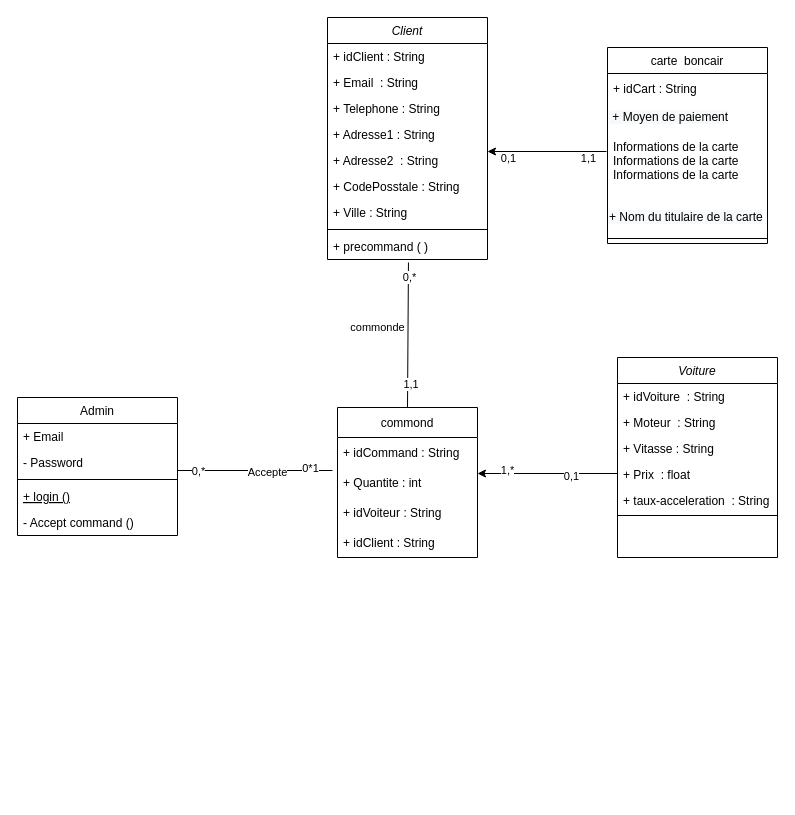
abdelhaq-laachari/NamX keeps this draw.io diagram as diagram/Diagramme de class.drawio. Above is the earlier version. Source tidied: cells renumbered, new cells numbered last; positions are measured from the earlier drawing's top-left corner, leaving out a move shared by most shapes. Both pictures are drawn from the tidied source at 100%, with x=0, y=0 at pixel (17, 17).
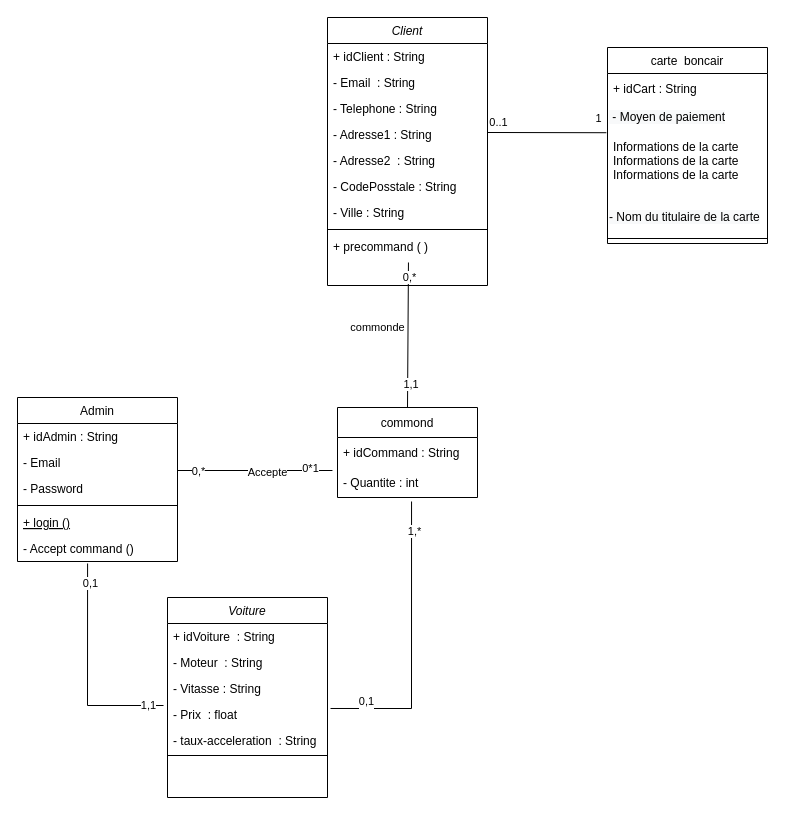
After the change.

Commit message:
update dgramm de class

Unchanged cells that the change refers to:
```xml
<mxCell id="18" value="carte  boncair" style="swimlane;fontStyle=0;align=center;verticalAlign=top;horizontal=1;startSize=26;rounded=0;shadow=0;strokeWidth=1;" parent="1" vertex="1">
  <mxGeometry x="590" y="30" width="160" height="196" as="geometry" />
</mxCell>
<mxCell id="21" value="Informations de la carte&#10;Informations de la carte&#10;Informations de la carte&#10;&#10;" style="text;align=left;verticalAlign=top;spacingLeft=4;spacingRight=4;overflow=hidden;points=[[0,0.5],[1,0.5]];portConstraint=eastwest;" parent="18" vertex="1">
  <mxGeometry y="86" width="160" height="70" as="geometry" />
</mxCell>
```

What changed in the source:
```diff
@@
     <mxCell id="2" value="Client" style="swimlane;fontStyle=2;align=center;verticalAlign=top;horizontal=1;startSize=26;rounded=0;shadow=0;strokeWidth=1;" parent="1" vertex="1">
-      <mxGeometry x="310" width="160" height="242" as="geometry" />
+      <mxGeometry x="310" width="160" height="268" as="geometry" />
     </mxCell>
@@
-    <mxCell id="4" value="+ Email  : String&#10; " style="text;align=left;verticalAlign=top;spacingLeft=4;spacingRight=4;overflow=hidden;" parent="2" vertex="1">
+    <mxCell id="4" value="- Email  : String&#10; " style="text;align=left;verticalAlign=top;spacingLeft=4;spacingRight=4;overflow=hidden;" parent="2" vertex="1">
       <mxGeometry y="52" width="160" height="26" as="geometry" />
     </mxCell>
-    <mxCell id="5" value="+ Telephone : String" style="text;align=left;verticalAlign=top;spacingLeft=4;spacingRight=4;overflow=hidden;rounded=0;shadow=0;html=0;" parent="2" vertex="1">
+    <mxCell id="5" value="- Telephone : String" style="text;align=left;verticalAlign=top;spacingLeft=4;spacingRight=4;overflow=hidden;rounded=0;shadow=0;html=0;" parent="2" vertex="1">
       <mxGeometry y="78" width="160" height="26" as="geometry" />
     </mxCell>
-    <mxCell id="6" value="+ Adresse1 : String&#10;&#10;" style="text;align=left;verticalAlign=top;spacingLeft=4;spacingRight=4;overflow=hidden;rounded=0;shadow=0;html=0;" parent="2" vertex="1">
+    <mxCell id="6" value="- Adresse1 : String&#10;&#10;" style="text;align=left;verticalAlign=top;spacingLeft=4;spacingRight=4;overflow=hidden;rounded=0;shadow=0;html=0;" parent="2" vertex="1">
       <mxGeometry y="104" width="160" height="26" as="geometry" />
     </mxCell>
-    <mxCell id="7" value="+ Adresse2  : String&#10;&#10;" style="text;align=left;verticalAlign=top;spacingLeft=4;spacingRight=4;overflow=hidden;rounded=0;shadow=0;html=0;" parent="2" vertex="1">
+    <mxCell id="7" value="- Adresse2  : String&#10;&#10;" style="text;align=left;verticalAlign=top;spacingLeft=4;spacingRight=4;overflow=hidden;rounded=0;shadow=0;html=0;" parent="2" vertex="1">
       <mxGeometry y="130" width="160" height="26" as="geometry" />
     </mxCell>
-    <mxCell id="8" value="+ CodePosstale : String" style="text;align=left;verticalAlign=top;spacingLeft=4;spacingRight=4;overflow=hidden;rounded=0;shadow=0;html=0;" parent="2" vertex="1">
+    <mxCell id="8" value="- CodePosstale : String" style="text;align=left;verticalAlign=top;spacingLeft=4;spacingRight=4;overflow=hidden;rounded=0;shadow=0;html=0;" parent="2" vertex="1">
       <mxGeometry y="156" width="160" height="26" as="geometry" />
     </mxCell>
-    <mxCell id="9" value="+ Ville : String" style="text;align=left;verticalAlign=top;spacingLeft=4;spacingRight=4;overflow=hidden;rounded=0;shadow=0;html=0;" parent="2" vertex="1">
+    <mxCell id="9" value="- Ville : String" style="text;align=left;verticalAlign=top;spacingLeft=4;spacingRight=4;overflow=hidden;rounded=0;shadow=0;html=0;" parent="2" vertex="1">
       <mxGeometry y="182" width="160" height="26" as="geometry" />
     </mxCell>
@@
     <mxCell id="12" value="Admin" style="swimlane;fontStyle=0;align=center;verticalAlign=top;horizontal=1;startSize=26;rounded=0;shadow=0;strokeWidth=1;" parent="1" vertex="1">
-      <mxGeometry y="380" width="160" height="138" as="geometry" />
+      <mxGeometry y="380" width="160" height="164" as="geometry" />
     </mxCell>
+    <mxCell id="50" value="+ idAdmin : String" style="text;align=left;verticalAlign=top;spacingLeft=4;spacingRight=4;overflow=hidden;rounded=0;shadow=0;html=0;" parent="12" vertex="1">
+      <mxGeometry y="26" width="160" height="26" as="geometry" />
+    </mxCell>
-    <mxCell id="13" value="+ Email" style="text;align=left;verticalAlign=top;spacingLeft=4;spacingRight=4;overflow=hidden;" parent="12" vertex="1">
-      <mxGeometry y="26" width="160" height="26" as="geometry" />
+    <mxCell id="13" value="- Email" style="text;align=left;verticalAlign=top;spacingLeft=4;spacingRight=4;overflow=hidden;" parent="12" vertex="1">
+      <mxGeometry y="52" width="160" height="26" as="geometry" />
     </mxCell>
     <mxCell id="14" value="- Password" style="text;align=left;verticalAlign=top;spacingLeft=4;spacingRight=4;overflow=hidden;rounded=0;shadow=0;html=0;" parent="12" vertex="1">
-      <mxGeometry y="52" width="160" height="26" as="geometry" />
+      <mxGeometry y="78" width="160" height="26" as="geometry" />
     </mxCell>
     <mxCell id="15" style="line;html=1;strokeWidth=1;align=left;verticalAlign=middle;spacingTop=-1;spacingLeft=3;spacingRight=3;labelPosition=right;" parent="12" vertex="1">
-      <mxGeometry y="78" width="160" height="8" as="geometry" />
+      <mxGeometry y="104" width="160" height="8" as="geometry" />
     </mxCell>
     <mxCell id="16" value="+ login ()" style="text;align=left;verticalAlign=top;spacingLeft=4;spacingRight=4;overflow=hidden;fontStyle=4;" parent="12" vertex="1">
-      <mxGeometry y="86" width="160" height="26" as="geometry" />
+      <mxGeometry y="112" width="160" height="26" as="geometry" />
     </mxCell>
     <mxCell id="17" value="- Accept command ()" style="text;align=left;verticalAlign=top;spacingLeft=4;spacingRight=4;overflow=hidden;points=[[0,0.5],[1,0.5]];portConstraint=eastwest;fontStyle=0;" parent="12" vertex="1">
-      <mxGeometry y="112" width="160" height="26" as="geometry" />
+      <mxGeometry y="138" width="160" height="26" as="geometry" />
     </mxCell>
@@
-    <mxCell id="20" value="&lt;span style=&quot;color: rgb(0, 0, 0); font-family: Helvetica; font-size: 12px; font-style: normal; font-variant-ligatures: normal; font-variant-caps: normal; font-weight: 400; letter-spacing: normal; orphans: 2; text-align: left; text-indent: 0px; text-transform: none; widows: 2; word-spacing: 0px; -webkit-text-stroke-width: 0px; background-color: rgb(248, 249, 250); text-decoration-thickness: initial; text-decoration-style: initial; text-decoration-color: initial; float: none; display: inline !important;&quot;&gt;&amp;nbsp;+ Moyen de paiement&lt;/span&gt;" style="text;whiteSpace=wrap;html=1;" parent="18" vertex="1">
+    <mxCell id="20" value="&lt;span style=&quot;color: rgb(0, 0, 0); font-family: Helvetica; font-size: 12px; font-style: normal; font-variant-ligatures: normal; font-variant-caps: normal; font-weight: 400; letter-spacing: normal; orphans: 2; text-align: left; text-indent: 0px; text-transform: none; widows: 2; word-spacing: 0px; -webkit-text-stroke-width: 0px; background-color: rgb(248, 249, 250); text-decoration-thickness: initial; text-decoration-style: initial; text-decoration-color: initial; float: none; display: inline !important;&quot;&gt;&amp;nbsp;- Moyen de paiement&lt;/span&gt;" style="text;whiteSpace=wrap;html=1;" parent="18" vertex="1">
       <mxGeometry y="56" width="160" height="30" as="geometry" />
     </mxCell>
@@
-    <mxCell id="22" value="&lt;span style=&quot;color: rgb(0, 0, 0); font-family: Helvetica; font-size: 12px; font-style: normal; font-variant-ligatures: normal; font-variant-caps: normal; font-weight: 400; letter-spacing: normal; orphans: 2; text-align: left; text-indent: 0px; text-transform: none; widows: 2; word-spacing: 0px; -webkit-text-stroke-width: 0px; background-color: rgb(248, 249, 250); text-decoration-thickness: initial; text-decoration-style: initial; text-decoration-color: initial; float: none; display: inline !important;&quot;&gt;+ Nom du titulaire de la carte&lt;/span&gt;" style="text;whiteSpace=wrap;html=1;" parent="18" vertex="1">
+    <mxCell id="22" value="&lt;span style=&quot;color: rgb(0, 0, 0); font-family: Helvetica; font-size: 12px; font-style: normal; font-variant-ligatures: normal; font-variant-caps: normal; font-weight: 400; letter-spacing: normal; orphans: 2; text-align: left; text-indent: 0px; text-transform: none; widows: 2; word-spacing: 0px; -webkit-text-stroke-width: 0px; background-color: rgb(248, 249, 250); text-decoration-thickness: initial; text-decoration-style: initial; text-decoration-color: initial; float: none; display: inline !important;&quot;&gt;- Nom du titulaire de la carte&lt;/span&gt;" style="text;whiteSpace=wrap;html=1;" parent="18" vertex="1">
       <mxGeometry y="156" width="160" height="30" as="geometry" />
     </mxCell>
@@
     <mxCell id="24" value="commond" style="swimlane;fontStyle=0;horizontal=1;startSize=30;" parent="1" vertex="1">
-      <mxGeometry x="320" y="390" width="140" height="150" as="geometry" />
+      <mxGeometry x="320" y="390" width="140" height="90" as="geometry" />
     </mxCell>
@@
-    <mxCell id="26" value="+ Quantite : int " style="text;strokeColor=none;fillColor=none;align=left;verticalAlign=middle;spacingLeft=4;spacingRight=4;overflow=hidden;points=[[0,0.5],[1,0.5]];portConstraint=eastwest;" parent="24" vertex="1">
+    <mxCell id="26" value="- Quantite : int " style="text;strokeColor=none;fillColor=none;align=left;verticalAlign=middle;spacingLeft=4;spacingRight=4;overflow=hidden;points=[[0,0.5],[1,0.5]];portConstraint=eastwest;" parent="24" vertex="1">
       <mxGeometry y="60" width="140" height="30" as="geometry" />
     </mxCell>
-    <mxCell id="27" value="+ idVoiteur : String" style="text;strokeColor=none;fillColor=none;align=left;verticalAlign=middle;spacingLeft=4;spacingRight=4;overflow=hidden;" parent="24" vertex="1">
-      <mxGeometry y="90" width="140" height="30" as="geometry" />
-    </mxCell>
-    <mxCell id="28" value="+ idClient : String" style="text;strokeColor=none;fillColor=none;align=left;verticalAlign=middle;spacingLeft=4;spacingRight=4;overflow=hidden;" parent="24" vertex="1">
-      <mxGeometry y="120" width="140" height="30" as="geometry" />
-    </mxCell>
     <mxCell id="29" value="Voiture" style="swimlane;fontStyle=2;align=center;verticalAlign=top;horizontal=1;startSize=26;rounded=0;shadow=0;strokeWidth=1;" parent="1" vertex="1">
-      <mxGeometry x="600" y="340" width="160" height="200" as="geometry" />
+      <mxGeometry x="150" y="580" width="160" height="200" as="geometry" />
     </mxCell>
@@
-    <mxCell id="31" value="+ Moteur  : String&#10; " style="text;align=left;verticalAlign=top;spacingLeft=4;spacingRight=4;overflow=hidden;" parent="29" vertex="1">
+    <mxCell id="31" value="- Moteur  : String&#10; " style="text;align=left;verticalAlign=top;spacingLeft=4;spacingRight=4;overflow=hidden;" parent="29" vertex="1">
       <mxGeometry y="52" width="160" height="26" as="geometry" />
     </mxCell>
-    <mxCell id="32" value="+ Vitasse : String" style="text;align=left;verticalAlign=top;spacingLeft=4;spacingRight=4;overflow=hidden;rounded=0;shadow=0;html=0;" parent="29" vertex="1">
+    <mxCell id="32" value="- Vitasse : String" style="text;align=left;verticalAlign=top;spacingLeft=4;spacingRight=4;overflow=hidden;rounded=0;shadow=0;html=0;" parent="29" vertex="1">
       <mxGeometry y="78" width="160" height="26" as="geometry" />
     </mxCell>
-    <mxCell id="33" value="+ Prix  : float&#10;&#10;" style="text;align=left;verticalAlign=top;spacingLeft=4;spacingRight=4;overflow=hidden;points=[[0,0.5],[1,0.5]];portConstraint=eastwest;rounded=0;shadow=0;html=0;" parent="29" vertex="1">
+    <mxCell id="33" value="- Prix  : float&#10;&#10;" style="text;align=left;verticalAlign=top;spacingLeft=4;spacingRight=4;overflow=hidden;points=[[0,0.5],[1,0.5]];portConstraint=eastwest;rounded=0;shadow=0;html=0;" parent="29" vertex="1">
       <mxGeometry y="104" width="160" height="26" as="geometry" />
     </mxCell>
-    <mxCell id="34" value="+ taux-acceleration  : String&#10;&#10;" style="text;align=left;verticalAlign=top;spacingLeft=4;spacingRight=4;overflow=hidden;rounded=0;shadow=0;html=0;" parent="29" vertex="1">
+    <mxCell id="34" value="- taux-acceleration  : String&#10;&#10;" style="text;align=left;verticalAlign=top;spacingLeft=4;spacingRight=4;overflow=hidden;rounded=0;shadow=0;html=0;" parent="29" vertex="1">
       <mxGeometry y="130" width="160" height="26" as="geometry" />
     </mxCell>
@@
-    <mxCell id="40" style="endArrow=classic;html=1;rounded=0;entryX=1.05;entryY=0.2;entryDx=0;entryDy=0;entryPerimeter=0;" parent="1" edge="1">
-      <mxGeometry relative="1" as="geometry">
-        <mxPoint x="600" y="456" as="sourcePoint" />
-        <mxPoint x="460" y="456" as="targetPoint" />
-      </mxGeometry>
-    </mxCell>
-    <mxCell id="41" value="1,*" style="edgeLabel;html=1;align=center;verticalAlign=middle;" parent="40" vertex="1">
-      <mxGeometry x="0.6" y="-4" relative="1" as="geometry">
-        <mxPoint x="1" as="offset" />
-      </mxGeometry>
-    </mxCell>
-    <mxCell id="42" value="0,1" style="edgeLabel;html=1;align=center;verticalAlign=middle;" parent="40" vertex="1">
-      <mxGeometry x="-0.33" y="2" relative="1" as="geometry" />
-    </mxCell>
-    <mxCell id="43" style="endArrow=classic;html=1;rounded=0;exitX=-0.019;exitY=0.257;exitDx=0;exitDy=0;exitPerimeter=0;" parent="1" edge="1">
-      <mxGeometry relative="1" as="geometry">
-        <mxPoint x="589" y="134" as="sourcePoint" />
-        <mxPoint x="470" y="134" as="targetPoint" />
-      </mxGeometry>
-    </mxCell>
-    <mxCell id="44" value="0,1" style="edgeLabel;html=1;align=center;verticalAlign=middle;" parent="43" vertex="1">
-      <mxGeometry x="0.55" y="-4" relative="1" as="geometry">
-        <mxPoint x="-7" y="10" as="offset" />
-      </mxGeometry>
-    </mxCell>
-    <mxCell id="45" value="1,1" style="edgeLabel;html=1;align=center;verticalAlign=middle;" parent="43" vertex="1">
-      <mxGeometry x="-0.63" y="1" relative="1" as="geometry">
-        <mxPoint x="3" y="5" as="offset" />
-      </mxGeometry>
-    </mxCell>
@@
+    <mxCell id="51" style="endArrow=none;html=1;rounded=0;exitX=0.438;exitY=1.077;exitDx=0;exitDy=0;exitPerimeter=0;entryX=-0.025;entryY=0.154;entryDx=0;entryDy=0;entryPerimeter=0;" parent="1" edge="1" source="17" target="33">
+      <mxGeometry relative="1" as="geometry">
+        <Array as="points">
+          <mxPoint x="70" y="688" />
+        </Array>
+      </mxGeometry>
+    </mxCell>
+    <mxCell id="52" value="0,1" style="edgeLabel;html=1;align=center;verticalAlign=middle;" parent="51" vertex="1">
+      <mxGeometry x="-0.83" y="2" relative="1" as="geometry" />
+    </mxCell>
+    <mxCell id="45" value="1,1" style="edgeLabel;html=1;align=center;verticalAlign=middle;" parent="51" vertex="1">
+      <mxGeometry x="0.85" y="1" relative="1" as="geometry" />
+    </mxCell>
+    <mxCell id="53" value="&#10;&lt;span style=&quot;color: rgb(0, 0, 0); font-family: Helvetica; font-size: 11px; font-style: normal; font-variant-ligatures: normal; font-variant-caps: normal; font-weight: 400; letter-spacing: normal; orphans: 2; text-align: center; text-indent: 0px; text-transform: none; widows: 2; word-spacing: 0px; -webkit-text-stroke-width: 0px; background-color: rgb(255, 255, 255); text-decoration-thickness: initial; text-decoration-style: initial; text-decoration-color: initial; float: none; display: inline !important;&quot;&gt;0,1&lt;/span&gt;&#10;&#10;" style="endArrow=none;html=1;rounded=0;exitX=1.019;exitY=0.269;exitDx=0;exitDy=0;exitPerimeter=0;entryX=0.529;entryY=1.133;entryDx=0;entryDy=0;entryPerimeter=0;" parent="1" edge="1" source="33" target="26">
+      <mxGeometry x="-0.75" relative="1" as="geometry">
+        <Array as="points">
+          <mxPoint x="394" y="691" />
+        </Array>
+      </mxGeometry>
+    </mxCell>
+    <mxCell id="41" value="1,*" style="edgeLabel;html=1;align=center;verticalAlign=middle;" parent="53" vertex="1">
+      <mxGeometry x="0.79" y="-2" relative="1" as="geometry" />
+    </mxCell>
+    <mxCell id="54" style="endArrow=none;html=1;rounded=0;entryX=-0.007;entryY=-0.011;entryDx=0;entryDy=0;entryPerimeter=0;" parent="1" edge="1" target="21">
+      <mxGeometry relative="1" as="geometry">
+        <mxPoint x="470" y="115" as="sourcePoint" />
+      </mxGeometry>
+    </mxCell>
+    <mxCell id="55" value="0..1" style="edgeLabel;html=1;align=center;verticalAlign=middle;" parent="54" vertex="1">
+      <mxGeometry x="-0.71" y="1" relative="1" as="geometry">
+        <mxPoint x="-7" y="-10" as="offset" />
+      </mxGeometry>
+    </mxCell>
+    <mxCell id="56" value="1" style="edgeLabel;html=1;align=center;verticalAlign=middle;" parent="54" vertex="1">
+      <mxGeometry x="0.42" y="6" relative="1" as="geometry">
+        <mxPoint x="26" y="-9" as="offset" />
+      </mxGeometry>
+    </mxCell>
```
